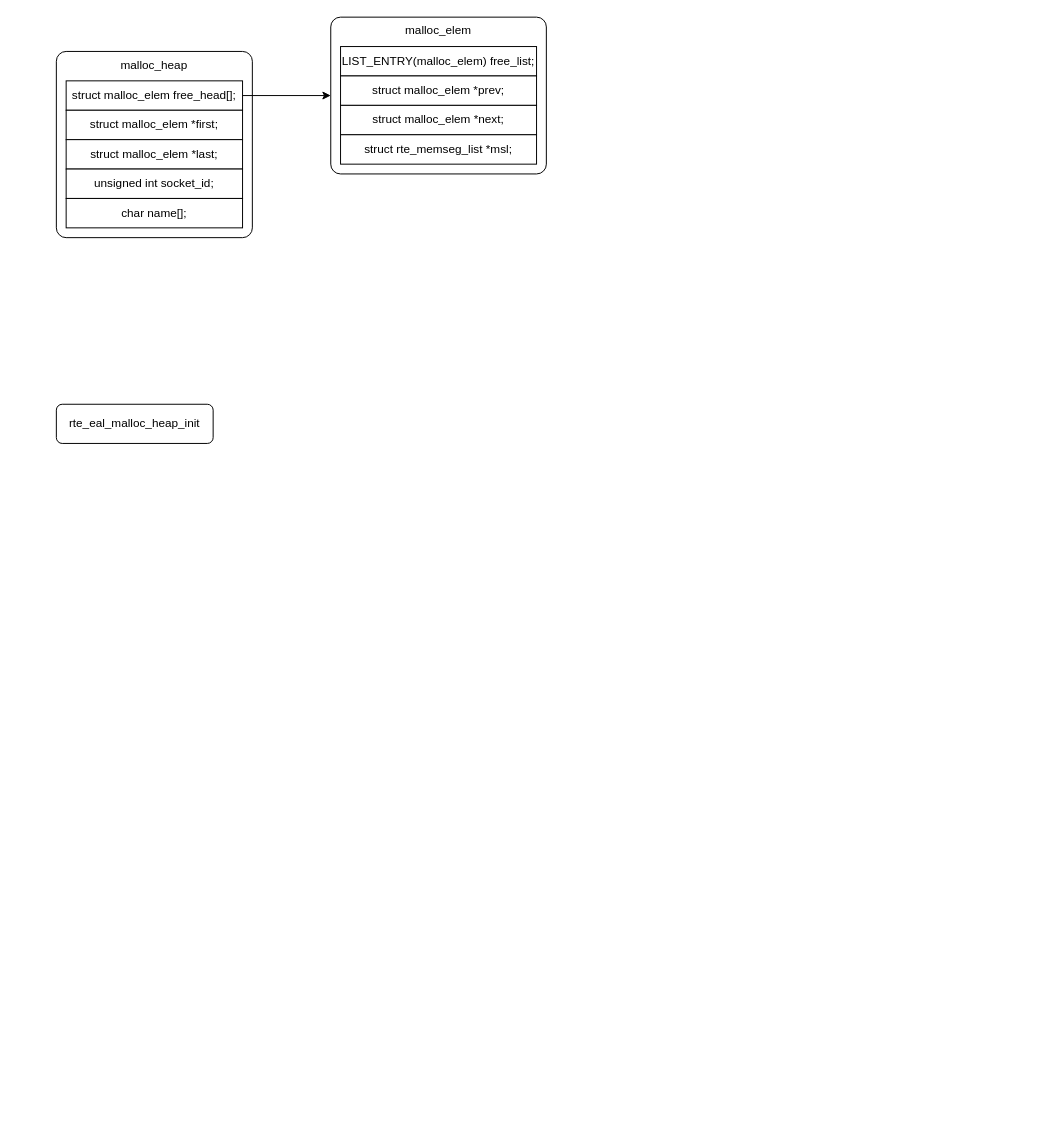
Before: dpdk_malloc_heap.drawio in Aspiresky/draw.io, a draw.io diagram. Source tidied: cells renumbered, new cells numbered last; positions are measured from the earlier drawing's top-left corner, leaving out a move shared by most shapes. Both pictures are drawn from the tidied source at 98%, with x=0, y=0 at pixel (56, 17).
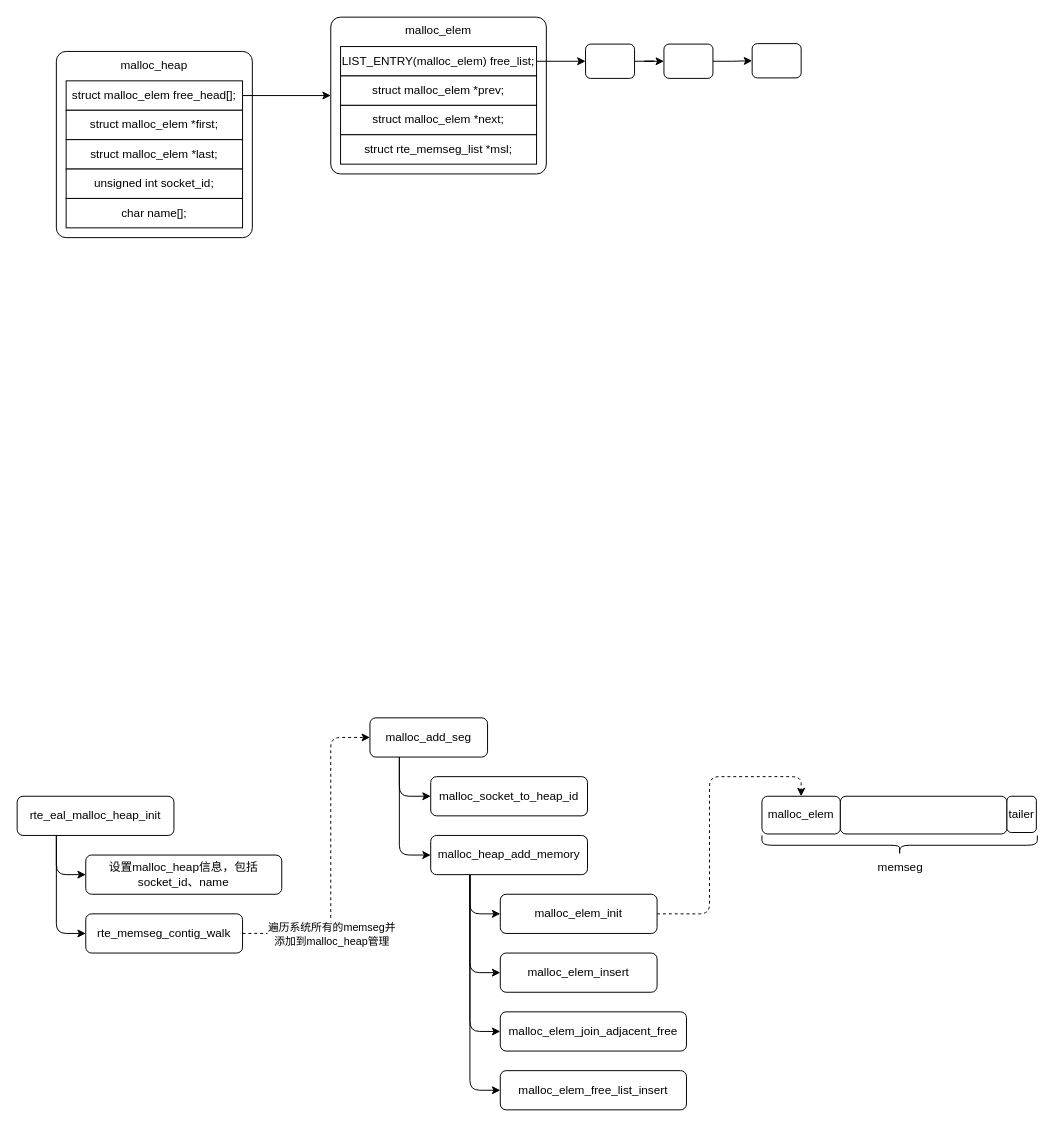
The same page after the edit.

The change refers to these unchanged cells:
```xml
<mxCell id="11" value="LIST_ENTRY(malloc_elem) free_list;" style="rounded=0;whiteSpace=wrap;html=1;" parent="1" vertex="1">
  <mxGeometry x="290" y="30" width="200" height="30" as="geometry" />
</mxCell>
```

Change to the diagram source:
```diff
@@
+    <mxCell id="15" style="edgeStyle=orthogonalEdgeStyle;rounded=1;jettySize=auto;html=1;exitX=0.25;exitY=1;exitDx=0;exitDy=0;entryX=0;entryY=0.5;entryDx=0;entryDy=0;curved=0;" parent="1" edge="1" source="2" target="42">
+      <mxGeometry relative="1" as="geometry" />
+    </mxCell>
+    <mxCell id="16" style="edgeStyle=orthogonalEdgeStyle;rounded=1;jettySize=auto;html=1;exitX=0.25;exitY=1;exitDx=0;exitDy=0;entryX=0;entryY=0.5;entryDx=0;entryDy=0;curved=0;" parent="1" edge="1" source="2" target="45">
+      <mxGeometry relative="1" as="geometry" />
+    </mxCell>
     <mxCell id="2" value="rte_eal_malloc_heap_init" style="rounded=1;whiteSpace=wrap;html=1;" parent="1" vertex="1">
-      <mxGeometry y="395" width="160" height="40" as="geometry" />
+      <mxGeometry x="-40" y="795" width="160" height="40" as="geometry" />
     </mxCell>
@@
+    <mxCell id="17" style="edgeStyle=orthogonalEdgeStyle;rounded=0;jettySize=auto;html=1;exitX=1;exitY=0.5;exitDx=0;exitDy=0;entryX=0;entryY=0.5;entryDx=0;entryDy=0;" parent="1" edge="1" source="11" target="22">
+      <mxGeometry relative="1" as="geometry" />
+    </mxCell>
@@
+    <mxCell id="18" value="malloc_elem" style="rounded=1;whiteSpace=wrap;html=1;" parent="1" vertex="1">
+      <mxGeometry x="720" y="795" width="80" height="38.5" as="geometry" />
+    </mxCell>
+    <mxCell id="19" style="rounded=1;whiteSpace=wrap;html=1;" parent="1" vertex="1">
+      <mxGeometry x="800" y="795" width="170" height="38.5" as="geometry" />
+    </mxCell>
+    <mxCell id="20" value="tailer" style="rounded=1;whiteSpace=wrap;html=1;" parent="1" vertex="1">
+      <mxGeometry x="970" y="795" width="30" height="37" as="geometry" />
+    </mxCell>
+    <mxCell id="21" style="edgeStyle=orthogonalEdgeStyle;rounded=0;jettySize=auto;html=1;exitX=1;exitY=0.5;exitDx=0;exitDy=0;" parent="1" edge="1" source="22" target="24">
+      <mxGeometry relative="1" as="geometry" />
+    </mxCell>
+    <mxCell id="22" style="rounded=1;whiteSpace=wrap;html=1;" parent="1" vertex="1">
+      <mxGeometry x="540" y="27.5" width="50" height="35" as="geometry" />
+    </mxCell>
+    <mxCell id="23" style="edgeStyle=orthogonalEdgeStyle;rounded=0;jettySize=auto;html=1;exitX=1;exitY=0.5;exitDx=0;exitDy=0;entryX=0;entryY=0.5;entryDx=0;entryDy=0;" parent="1" edge="1" source="24" target="25">
+      <mxGeometry relative="1" as="geometry" />
+    </mxCell>
+    <mxCell id="24" style="rounded=1;whiteSpace=wrap;html=1;" parent="1" vertex="1">
+      <mxGeometry x="620" y="27.5" width="50" height="35" as="geometry" />
+    </mxCell>
+    <mxCell id="25" style="rounded=1;whiteSpace=wrap;html=1;" parent="1" vertex="1">
+      <mxGeometry x="710" y="27" width="50" height="35" as="geometry" />
+    </mxCell>
+    <mxCell id="26" style="edgeStyle=orthogonalEdgeStyle;rounded=1;jettySize=auto;html=1;exitX=0.25;exitY=1;exitDx=0;exitDy=0;entryX=0;entryY=0.5;entryDx=0;entryDy=0;curved=0;" parent="1" edge="1" source="28" target="29">
+      <mxGeometry relative="1" as="geometry" />
+    </mxCell>
+    <mxCell id="27" style="edgeStyle=orthogonalEdgeStyle;rounded=1;jettySize=auto;html=1;exitX=0.25;exitY=1;exitDx=0;exitDy=0;entryX=0;entryY=0.5;entryDx=0;entryDy=0;curved=0;" parent="1" edge="1" source="28" target="34">
+      <mxGeometry relative="1" as="geometry" />
+    </mxCell>
+    <mxCell id="28" value="malloc_add_seg" style="rounded=1;whiteSpace=wrap;html=1;" parent="1" vertex="1">
+      <mxGeometry x="320" y="715" width="120" height="40" as="geometry" />
+    </mxCell>
+    <mxCell id="29" value="malloc_socket_to_heap_id" style="rounded=1;whiteSpace=wrap;html=1;" parent="1" vertex="1">
+      <mxGeometry x="382" y="775" width="160" height="40" as="geometry" />
+    </mxCell>
+    <mxCell id="30" style="edgeStyle=orthogonalEdgeStyle;rounded=1;jettySize=auto;html=1;exitX=0.25;exitY=1;exitDx=0;exitDy=0;entryX=0;entryY=0.5;entryDx=0;entryDy=0;curved=0;" parent="1" edge="1" source="34" target="36">
+      <mxGeometry relative="1" as="geometry" />
+    </mxCell>
+    <mxCell id="31" style="edgeStyle=orthogonalEdgeStyle;rounded=1;jettySize=auto;html=1;exitX=0.25;exitY=1;exitDx=0;exitDy=0;entryX=0;entryY=0.5;entryDx=0;entryDy=0;curved=0;" parent="1" edge="1" source="34" target="37">
+      <mxGeometry relative="1" as="geometry" />
+    </mxCell>
+    <mxCell id="32" style="edgeStyle=orthogonalEdgeStyle;rounded=1;jettySize=auto;html=1;exitX=0.25;exitY=1;exitDx=0;exitDy=0;entryX=0;entryY=0.5;entryDx=0;entryDy=0;curved=0;" parent="1" edge="1" source="34" target="38">
+      <mxGeometry relative="1" as="geometry" />
+    </mxCell>
+    <mxCell id="33" style="edgeStyle=orthogonalEdgeStyle;rounded=1;jettySize=auto;html=1;exitX=0.25;exitY=1;exitDx=0;exitDy=0;entryX=0;entryY=0.5;entryDx=0;entryDy=0;curved=0;" parent="1" edge="1" source="34" target="39">
+      <mxGeometry relative="1" as="geometry" />
+    </mxCell>
+    <mxCell id="34" value="malloc_heap_add_memory" style="rounded=1;whiteSpace=wrap;html=1;" parent="1" vertex="1">
+      <mxGeometry x="382" y="835" width="160" height="40" as="geometry" />
+    </mxCell>
+    <mxCell id="35" style="edgeStyle=orthogonalEdgeStyle;rounded=1;jettySize=auto;html=1;exitX=1;exitY=0.5;exitDx=0;exitDy=0;entryX=0.5;entryY=0;entryDx=0;entryDy=0;curved=0;dashed=1;" parent="1" edge="1" source="36" target="18">
+      <mxGeometry relative="1" as="geometry" />
+    </mxCell>
+    <mxCell id="36" value="malloc_elem_init" style="rounded=1;whiteSpace=wrap;html=1;" parent="1" vertex="1">
+      <mxGeometry x="453" y="895" width="160" height="40" as="geometry" />
+    </mxCell>
+    <mxCell id="37" value="malloc_elem_insert" style="rounded=1;whiteSpace=wrap;html=1;" parent="1" vertex="1">
+      <mxGeometry x="453" y="955" width="160" height="40" as="geometry" />
+    </mxCell>
+    <mxCell id="38" value="malloc_elem_join_adjacent_free" style="rounded=1;whiteSpace=wrap;html=1;" parent="1" vertex="1">
+      <mxGeometry x="453" y="1015" width="190" height="40" as="geometry" />
+    </mxCell>
+    <mxCell id="39" value="malloc_elem_free_list_insert" style="rounded=1;whiteSpace=wrap;html=1;" parent="1" vertex="1">
+      <mxGeometry x="453" y="1075" width="190" height="40" as="geometry" />
+    </mxCell>
+    <mxCell id="40" style="shape=curlyBracket;whiteSpace=wrap;html=1;rounded=1;flipH=1;labelPosition=right;verticalLabelPosition=middle;align=left;verticalAlign=middle;direction=north;" parent="1" vertex="1">
+      <mxGeometry x="720" y="835" width="281" height="20" as="geometry" />
+    </mxCell>
+    <mxCell id="41" value="memseg" style="text;html=1;align=center;verticalAlign=middle;strokeColor=none;fillColor=none;" parent="1" vertex="1">
+      <mxGeometry x="826" y="853" width="70" height="30" as="geometry" />
+    </mxCell>
+    <mxCell id="42" value="设置malloc_heap信息，包括socket_id、name" style="rounded=1;whiteSpace=wrap;html=1;" parent="1" vertex="1">
+      <mxGeometry x="30" y="855" width="200" height="40" as="geometry" />
+    </mxCell>
+    <mxCell id="43" style="edgeStyle=orthogonalEdgeStyle;rounded=1;jettySize=auto;html=1;exitX=1;exitY=0.5;exitDx=0;exitDy=0;entryX=0;entryY=0.5;entryDx=0;entryDy=0;curved=0;dashed=1;" parent="1" edge="1" source="45" target="28">
+      <mxGeometry relative="1" as="geometry">
+        <Array as="points">
+          <mxPoint x="280" y="935" />
+          <mxPoint x="280" y="735" />
+        </Array>
+      </mxGeometry>
+    </mxCell>
+    <mxCell id="44" value="遍历系统所有的memseg并&lt;br&gt;添加到malloc_heap管理" style="edgeLabel;html=1;align=center;verticalAlign=middle;" parent="43" vertex="1">
+      <mxGeometry x="0.05" y="2" relative="1" as="geometry">
+        <mxPoint x="2" y="83" as="offset" />
+      </mxGeometry>
+    </mxCell>
+    <mxCell id="45" value="rte_memseg_contig_walk" style="rounded=1;whiteSpace=wrap;html=1;" parent="1" vertex="1">
+      <mxGeometry x="30" y="915" width="160" height="40" as="geometry" />
+    </mxCell>
```
